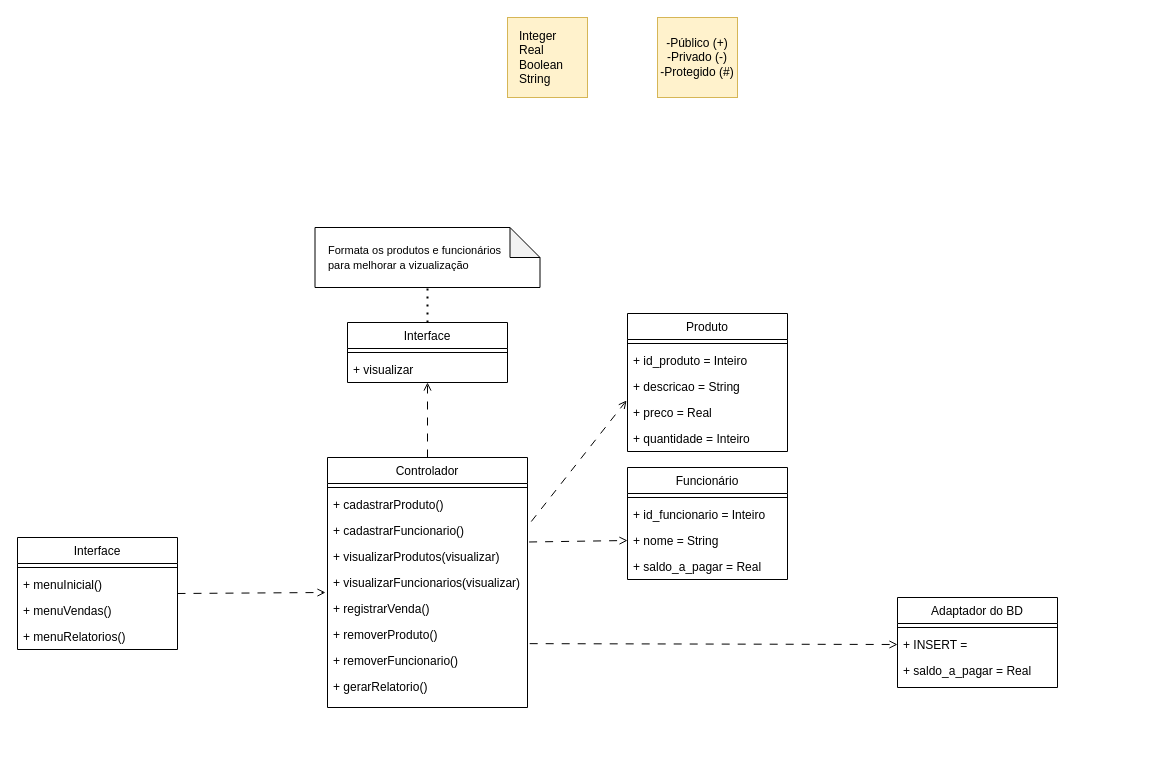
Above: projeto com mvc.drawio in Pedrocs50/Projeto-Cantina (draw.io), before the change. Source tidied: cells renumbered, new cells numbered last; positions are measured from the earlier drawing's top-left corner, leaving out a move shared by most shapes. Both pictures are drawn from the tidied source at 100%, with x=0, y=0 at pixel (17, 17).
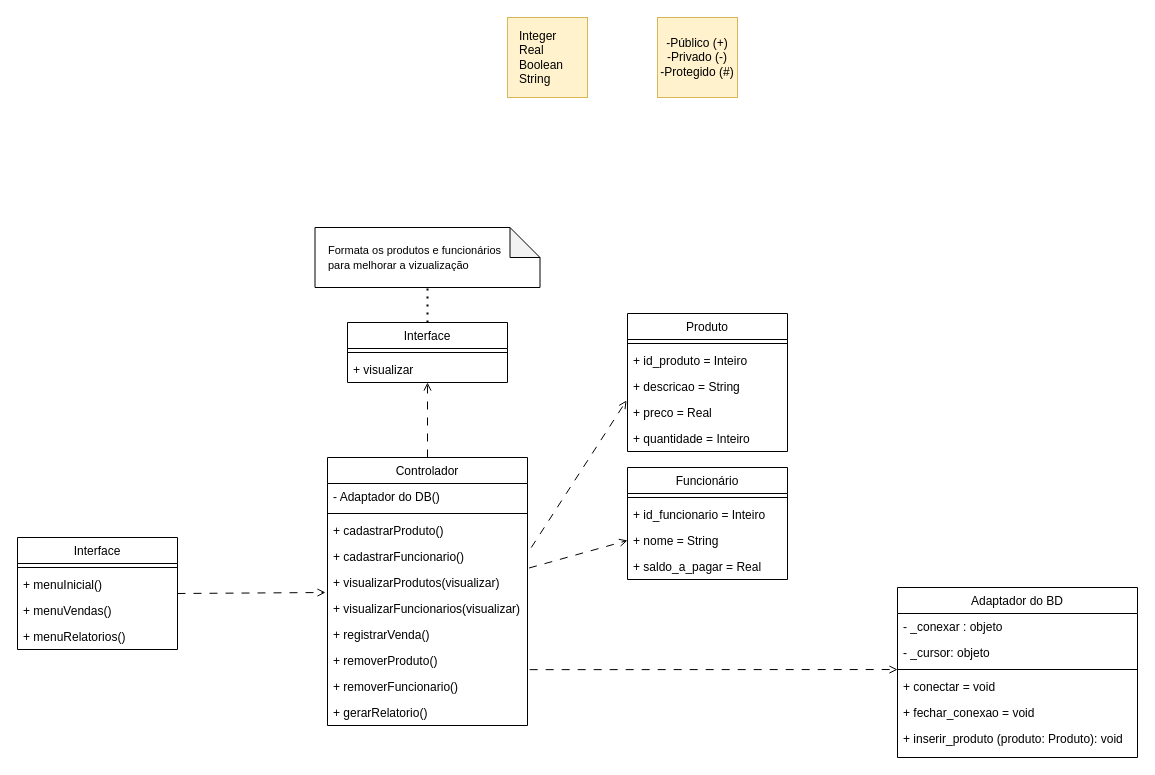
The same page after the edit.

Change to the diagram source:
```diff
@@
     <mxCell id="3" value="Controlador" style="swimlane;fontStyle=0;align=center;verticalAlign=top;horizontal=1;startSize=26;rounded=0;shadow=0;strokeWidth=1;" parent="1" vertex="1">
-      <mxGeometry x="310" y="440" width="200" height="250" as="geometry" />
+      <mxGeometry x="310" y="440" width="200" height="268" as="geometry" />
     </mxCell>
+    <mxCell id="47" value="- Adaptador do DB()" style="text;align=left;verticalAlign=top;spacingLeft=4;spacingRight=4;overflow=hidden;" parent="3" vertex="1">
+      <mxGeometry y="26" width="200" height="26" as="geometry" />
+    </mxCell>
     <mxCell id="4" style="line;html=1;strokeWidth=1;align=left;verticalAlign=middle;spacingTop=-1;spacingLeft=3;spacingRight=3;labelPosition=right;" parent="3" vertex="1">
-      <mxGeometry y="26" width="200" height="8" as="geometry" />
+      <mxGeometry y="52" width="200" height="8" as="geometry" />
     </mxCell>
     <mxCell id="5" value="+ cadastrarProduto()" style="text;align=left;verticalAlign=top;spacingLeft=4;spacingRight=4;overflow=hidden;" parent="3" vertex="1">
-      <mxGeometry y="34" width="200" height="26" as="geometry" />
+      <mxGeometry y="60" width="200" height="26" as="geometry" />
     </mxCell>
     <mxCell id="6" value="+ cadastrarFuncionario()" style="text;align=left;verticalAlign=top;spacingLeft=4;spacingRight=4;overflow=hidden;points=[[0,0.5],[1,0.5]];portConstraint=eastwest;" parent="3" vertex="1">
-      <mxGeometry y="60" width="200" height="26" as="geometry" />
+      <mxGeometry y="86" width="200" height="26" as="geometry" />
     </mxCell>
     <mxCell id="7" value="+ visualizarProdutos(visualizar)" style="text;align=left;verticalAlign=top;spacingLeft=4;spacingRight=4;overflow=hidden;points=[[0,0.5],[1,0.5]];portConstraint=eastwest;" parent="3" vertex="1">
-      <mxGeometry y="86" width="200" height="26" as="geometry" />
+      <mxGeometry y="112" width="200" height="26" as="geometry" />
     </mxCell>
     <mxCell id="8" value="+ visualizarFuncionarios(visualizar)" style="text;align=left;verticalAlign=top;spacingLeft=4;spacingRight=4;overflow=hidden;" parent="3" vertex="1">
-      <mxGeometry y="112" width="200" height="26" as="geometry" />
+      <mxGeometry y="138" width="200" height="26" as="geometry" />
     </mxCell>
     <mxCell id="9" value="+ registrarVenda()" style="text;align=left;verticalAlign=top;spacingLeft=4;spacingRight=4;overflow=hidden;" parent="3" vertex="1">
-      <mxGeometry y="138" width="200" height="26" as="geometry" />
+      <mxGeometry y="164" width="200" height="26" as="geometry" />
     </mxCell>
     <mxCell id="10" value="+ removerProduto()" style="text;align=left;verticalAlign=top;spacingLeft=4;spacingRight=4;overflow=hidden;points=[[0,0.5],[1,0.5]];portConstraint=eastwest;" parent="3" vertex="1">
-      <mxGeometry y="164" width="200" height="26" as="geometry" />
+      <mxGeometry y="190" width="200" height="26" as="geometry" />
     </mxCell>
     <mxCell id="11" value="+ removerFuncionario()" style="text;align=left;verticalAlign=top;spacingLeft=4;spacingRight=4;overflow=hidden;" parent="3" vertex="1">
-      <mxGeometry y="190" width="200" height="26" as="geometry" />
+      <mxGeometry y="216" width="200" height="26" as="geometry" />
     </mxCell>
     <mxCell id="12" value="+ gerarRelatorio()" style="text;align=left;verticalAlign=top;spacingLeft=4;spacingRight=4;overflow=hidden;" parent="3" vertex="1">
-      <mxGeometry y="216" width="200" height="26" as="geometry" />
+      <mxGeometry y="242" width="200" height="26" as="geometry" />
     </mxCell>
@@
-    <mxCell id="35" style="endArrow=open;html=1;rounded=0;dashed=1;endFill=0;dashPattern=8 8;exitX=1.011;exitY=0.852;exitDx=0;exitDy=0;exitPerimeter=0;entryX=0;entryY=0.5;entryDx=0;entryDy=0;" parent="1" edge="1" source="10" target="38">
+    <mxCell id="35" style="endArrow=open;html=1;rounded=0;dashed=1;endFill=0;dashPattern=8 8;exitX=1.011;exitY=0.852;exitDx=0;exitDy=0;exitPerimeter=0;" parent="1" edge="1" source="10" target="37">
       <mxGeometry relative="1" as="geometry" />
     </mxCell>
     <mxCell id="36" value="Adaptador do BD" style="swimlane;fontStyle=0;align=center;verticalAlign=top;horizontal=1;startSize=26;rounded=0;shadow=0;strokeWidth=1;" parent="1" vertex="1">
-      <mxGeometry x="880" y="580" width="160" height="90" as="geometry" />
+      <mxGeometry x="880" y="570" width="240" height="170" as="geometry" />
     </mxCell>
+    <mxCell id="38" value="- _conexar : objeto" style="text;align=left;verticalAlign=top;spacingLeft=4;spacingRight=4;overflow=hidden;points=[[0,0.5],[1,0.5]];portConstraint=eastwest;" parent="36" vertex="1">
+      <mxGeometry y="26" width="240" height="26" as="geometry" />
+    </mxCell>
+    <mxCell id="48" value="- _cursor: objeto" style="text;align=left;verticalAlign=top;spacingLeft=4;spacingRight=4;overflow=hidden;" parent="36" vertex="1">
+      <mxGeometry y="52" width="240" height="26" as="geometry" />
+    </mxCell>
     <mxCell id="37" style="line;html=1;strokeWidth=1;align=left;verticalAlign=middle;spacingTop=-1;spacingLeft=3;spacingRight=3;labelPosition=right;points=[];portConstraint=eastwest;" parent="36" vertex="1">
-      <mxGeometry y="26" width="160" height="8" as="geometry" />
+      <mxGeometry y="78" width="240" height="8" as="geometry" />
     </mxCell>
-    <mxCell id="38" value="+ INSERT =" style="text;align=left;verticalAlign=top;spacingLeft=4;spacingRight=4;overflow=hidden;points=[[0,0.5],[1,0.5]];portConstraint=eastwest;" parent="36" vertex="1">
-      <mxGeometry y="34" width="160" height="26" as="geometry" />
-    </mxCell>
-    <mxCell id="39" value="+ saldo_a_pagar = Real" style="text;align=left;verticalAlign=top;spacingLeft=4;spacingRight=4;overflow=hidden;" parent="36" vertex="1">
-      <mxGeometry y="60" width="160" height="26" as="geometry" />
+    <mxCell id="39" value="+ conectar = void" style="text;align=left;verticalAlign=top;spacingLeft=4;spacingRight=4;overflow=hidden;" parent="36" vertex="1">
+      <mxGeometry y="86" width="240" height="26" as="geometry" />
     </mxCell>
+    <mxCell id="49" value="+ fechar_conexao = void" style="text;align=left;verticalAlign=top;spacingLeft=4;spacingRight=4;overflow=hidden;" parent="36" vertex="1">
+      <mxGeometry y="112" width="240" height="26" as="geometry" />
+    </mxCell>
+    <mxCell id="50" value="+ inserir_produto (produto: Produto): void" style="text;align=left;verticalAlign=top;spacingLeft=4;spacingRight=4;overflow=hidden;" parent="36" vertex="1">
+      <mxGeometry y="138" width="240" height="26" as="geometry" />
+    </mxCell>
```
